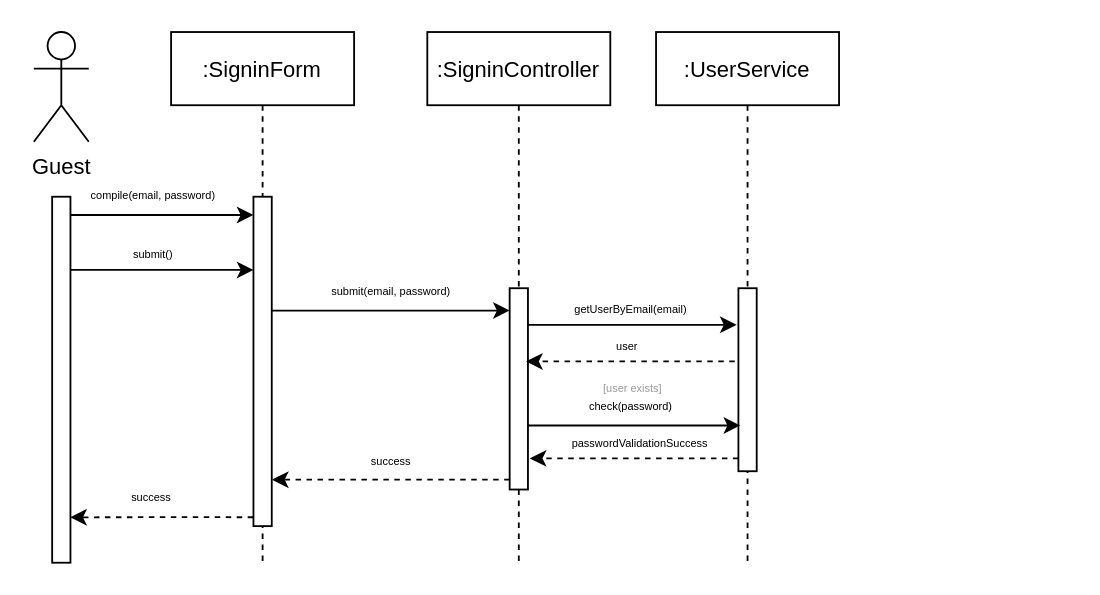
Before: page "Login" (2 of 2) of Docs/Requirements Analysis/Diagrams/Sequence Diagrams/Autenticazione/Winer.SequenceDiagrams.Autenticazione.drawio in Gprisco/winer-unisa, a draw.io diagram. Source tidied: cells renumbered, new cells numbered last; positions are measured from the earlier drawing's top-left corner, leaving out a move shared by most shapes. Both pictures are drawn from the tidied source at 183%, with x=0, y=0 at pixel (33, 31).
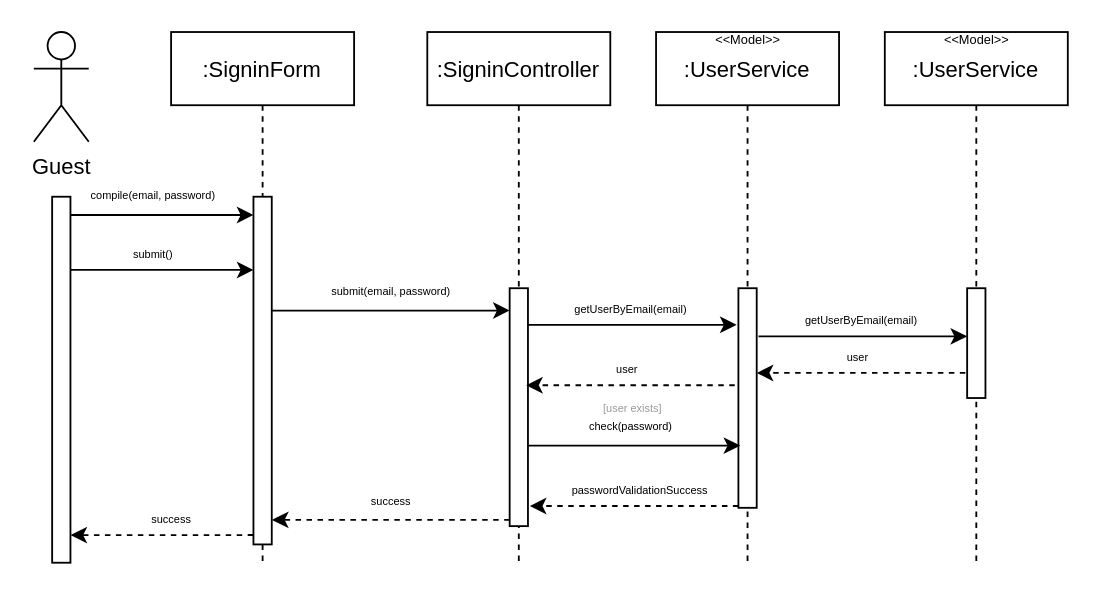
Above is the later version.

The change refers to these unchanged cells:
```xml
<mxCell id="2" value=":SigninForm" style="shape=umlLifeline;perimeter=lifelinePerimeter;rounded=0;shadow=0;strokeWidth=1;" parent="1" vertex="1">
  <mxGeometry x="75" width="100" height="290" as="geometry" />
</mxCell>
<mxCell id="6" style="points=[];perimeter=orthogonalPerimeter;rounded=0;shadow=0;strokeWidth=1;" parent="1" vertex="1">
  <mxGeometry x="10" y="90" width="10" height="200" as="geometry" />
</mxCell>
<mxCell id="7" value=":SigninController" style="shape=umlLifeline;perimeter=lifelinePerimeter;rounded=0;shadow=0;strokeWidth=1;" parent="1" vertex="1">
  <mxGeometry x="215" width="100" height="290" as="geometry" />
</mxCell>
<mxCell id="14" value=":UserService" style="shape=umlLifeline;perimeter=lifelinePerimeter;rounded=0;shadow=0;strokeWidth=1;" parent="1" vertex="1">
  <mxGeometry x="340" width="100" height="290" as="geometry" />
</mxCell>
```

Diff of the diagram source:
```diff
@@
     <mxCell id="3" style="points=[];perimeter=orthogonalPerimeter;rounded=0;shadow=0;strokeWidth=1;" parent="2" vertex="1">
-      <mxGeometry x="45" y="90" width="10" height="180" as="geometry" />
+      <mxGeometry x="45" y="90" width="10" height="190" as="geometry" />
     </mxCell>
@@
     <mxCell id="8" style="points=[];perimeter=orthogonalPerimeter;rounded=0;shadow=0;strokeWidth=1;" parent="7" vertex="1">
-      <mxGeometry x="45" y="140" width="10" height="110" as="geometry" />
+      <mxGeometry x="45" y="140" width="10" height="130" as="geometry" />
     </mxCell>
@@
     <mxCell id="15" style="points=[];perimeter=orthogonalPerimeter;rounded=0;shadow=0;strokeWidth=1;" parent="14" vertex="1">
-      <mxGeometry x="45" y="140" width="10" height="100" as="geometry" />
+      <mxGeometry x="45" y="140" width="10" height="120" as="geometry" />
     </mxCell>
     <mxCell id="16" value="passwordValidationSuccess" style="text;html=1;align=center;verticalAlign=middle;strokeColor=none;fillColor=none;fontSize=6;" parent="14" vertex="1">
-      <mxGeometry x="-54" y="220" width="90" height="10" as="geometry" />
+      <mxGeometry x="-54" y="246" width="90" height="10" as="geometry" />
     </mxCell>
+    <mxCell id="29" value="&amp;lt;&amp;lt;Model&amp;gt;&amp;gt;" style="text;html=1;align=center;verticalAlign=middle;strokeColor=none;fillColor=none;fontSize=7;" parent="14" vertex="1">
+      <mxGeometry x="25" width="50" height="10" as="geometry" />
+    </mxCell>
@@
     <mxCell id="19" style="edgeStyle=orthogonalEdgeStyle;rounded=0;orthogonalLoop=1;jettySize=auto;html=1;fontSize=6;dashed=1;" parent="1" edge="1">
       <mxGeometry relative="1" as="geometry">
-        <mxPoint x="383" y="180" as="sourcePoint" />
-        <mxPoint x="269" y="180" as="targetPoint" />
+        <mxPoint x="383" y="193" as="sourcePoint" />
+        <mxPoint x="269" y="193" as="targetPoint" />
         <Array as="points">
-          <mxPoint x="269" y="180" />
+          <mxPoint x="269" y="193" />
         </Array>
       </mxGeometry>
     </mxCell>
     <mxCell id="20" value="user" style="text;html=1;align=center;verticalAlign=middle;strokeColor=none;fillColor=none;fontSize=6;" parent="1" vertex="1">
-      <mxGeometry x="309" y="167" width="30" height="10" as="geometry" />
+      <mxGeometry x="309" y="180" width="30" height="10" as="geometry" />
     </mxCell>
-    <mxCell id="21" style="edgeStyle=orthogonalEdgeStyle;rounded=0;jettySize=auto;html=1;entryX=0.1;entryY=0.75;entryDx=0;entryDy=0;entryPerimeter=0;fontSize=6;" parent="1" edge="1" source="8" target="15">
+    <mxCell id="21" style="edgeStyle=orthogonalEdgeStyle;rounded=0;orthogonalLoop=1;jettySize=auto;html=1;entryX=0.1;entryY=0.75;entryDx=0;entryDy=0;entryPerimeter=0;fontSize=6;" parent="1" edge="1">
       <mxGeometry relative="1" as="geometry">
+        <mxPoint x="270" y="226" as="sourcePoint" />
+        <mxPoint x="386" y="226" as="targetPoint" />
         <Array as="points">
-          <mxPoint x="295" y="215" />
-          <mxPoint x="295" y="215" />
+          <mxPoint x="295" y="226" />
+          <mxPoint x="295" y="226" />
         </Array>
       </mxGeometry>
     </mxCell>
     <mxCell id="22" value="check(password)" style="text;html=1;align=center;verticalAlign=middle;strokeColor=none;fillColor=none;fontSize=6;" parent="1" vertex="1">
-      <mxGeometry x="296" y="200" width="60" height="10" as="geometry" />
+      <mxGeometry x="296" y="211" width="60" height="10" as="geometry" />
     </mxCell>
-    <mxCell id="23" style="edgeStyle=orthogonalEdgeStyle;rounded=0;jettySize=auto;html=1;fontSize=6;dashed=1;" parent="1" edge="1" source="15">
+    <mxCell id="23" style="edgeStyle=orthogonalEdgeStyle;rounded=0;orthogonalLoop=1;jettySize=auto;html=1;fontSize=6;dashed=1;" parent="1" edge="1">
       <mxGeometry relative="1" as="geometry">
-        <mxPoint x="271" y="233" as="targetPoint" />
+        <mxPoint x="385" y="259" as="sourcePoint" />
+        <mxPoint x="271" y="259" as="targetPoint" />
         <Array as="points">
-          <mxPoint x="271" y="233" />
+          <mxPoint x="271" y="259" />
         </Array>
       </mxGeometry>
     </mxCell>
-    <mxCell id="24" style="edgeStyle=orthogonalEdgeStyle;rounded=0;jettySize=auto;html=1;entryX=1.012;entryY=0.859;entryDx=0;entryDy=0;entryPerimeter=0;dashed=1;fontSize=6;" parent="1" edge="1" source="8" target="3">
+    <mxCell id="24" style="edgeStyle=orthogonalEdgeStyle;rounded=0;orthogonalLoop=1;jettySize=auto;html=1;entryX=1.012;entryY=0.859;entryDx=0;entryDy=0;entryPerimeter=0;dashed=1;fontSize=6;" parent="1" edge="1">
       <mxGeometry relative="1" as="geometry">
+        <mxPoint x="260" y="266.6" as="sourcePoint" />
+        <mxPoint x="130.1" y="266.6" as="targetPoint" />
         <Array as="points">
-          <mxPoint x="225" y="245" />
+          <mxPoint x="225" y="267" />
         </Array>
       </mxGeometry>
     </mxCell>
     <mxCell id="25" value="success" style="text;html=1;align=center;verticalAlign=middle;strokeColor=none;fillColor=none;fontSize=6;" parent="1" vertex="1">
-      <mxGeometry x="175" y="230" width="40" height="10" as="geometry" />
+      <mxGeometry x="175" y="252" width="40" height="10" as="geometry" />
     </mxCell>
     <mxCell id="26" value="[user exists]" style="text;html=1;align=center;verticalAlign=middle;strokeColor=none;fillColor=none;fontSize=6;fontColor=#999999;" parent="1" vertex="1">
-      <mxGeometry x="302" y="190" width="50" height="10" as="geometry" />
+      <mxGeometry x="302" y="201" width="50" height="10" as="geometry" />
     </mxCell>
-    <mxCell id="27" style="edgeStyle=orthogonalEdgeStyle;rounded=0;jettySize=auto;html=1;dashed=1;fontSize=6;entryX=0.988;entryY=0.876;entryDx=0;entryDy=0;entryPerimeter=0;exitX=-0.016;exitY=0.973;exitDx=0;exitDy=0;exitPerimeter=0;" parent="1" edge="1" source="3" target="6">
-      <mxGeometry relative="1" as="geometry" />
+    <mxCell id="27" style="edgeStyle=orthogonalEdgeStyle;rounded=0;jettySize=auto;html=1;dashed=1;fontSize=6;exitX=-0.016;exitY=0.973;exitDx=0;exitDy=0;exitPerimeter=0;" parent="1" edge="1" source="3" target="6">
+      <mxGeometry relative="1" as="geometry">
+        <Array as="points">
+          <mxPoint x="45" y="275" />
+          <mxPoint x="45" y="275" />
+        </Array>
+      </mxGeometry>
     </mxCell>
     <mxCell id="28" value="success" style="text;html=1;align=center;verticalAlign=middle;strokeColor=none;fillColor=none;fontSize=6;" parent="1" vertex="1">
-      <mxGeometry x="44.1" y="250" width="40" height="10" as="geometry" />
+      <mxGeometry x="55" y="262" width="40" height="10" as="geometry" />
     </mxCell>
+    <mxCell id="30" value=":UserService" style="shape=umlLifeline;perimeter=lifelinePerimeter;rounded=0;shadow=0;strokeWidth=1;" parent="1" vertex="1">
+      <mxGeometry x="465" width="100" height="290" as="geometry" />
+    </mxCell>
+    <mxCell id="31" style="perimeter=orthogonalPerimeter;rounded=0;shadow=0;strokeWidth=1;" parent="30" vertex="1">
+      <mxGeometry x="45" y="140" width="10" height="60" as="geometry" />
+    </mxCell>
+    <mxCell id="32" value="&amp;lt;&amp;lt;Model&amp;gt;&amp;gt;" style="text;html=1;align=center;verticalAlign=middle;strokeColor=none;fillColor=none;fontSize=7;" parent="30" vertex="1">
+      <mxGeometry x="25" width="50" height="10" as="geometry" />
+    </mxCell>
+    <mxCell id="33" style="edgeStyle=orthogonalEdgeStyle;rounded=0;orthogonalLoop=1;jettySize=auto;html=1;fontSize=6;" parent="1" edge="1">
+      <mxGeometry relative="1" as="geometry">
+        <mxPoint x="396" y="166.3" as="sourcePoint" />
+        <mxPoint x="510" y="166.3" as="targetPoint" />
+        <Array as="points">
+          <mxPoint x="510" y="166.3" />
+        </Array>
+      </mxGeometry>
+    </mxCell>
+    <mxCell id="34" value="getUserByEmail(email)" style="text;html=1;align=center;verticalAlign=middle;strokeColor=none;fillColor=none;fontSize=6;" parent="1" vertex="1">
+      <mxGeometry x="412" y="153.3" width="80" height="10" as="geometry" />
+    </mxCell>
+    <mxCell id="35" style="edgeStyle=orthogonalEdgeStyle;rounded=0;orthogonalLoop=1;jettySize=auto;html=1;fontSize=6;dashed=1;" parent="1" edge="1">
+      <mxGeometry relative="1" as="geometry">
+        <mxPoint x="509" y="186.3" as="sourcePoint" />
+        <mxPoint x="395" y="186.3" as="targetPoint" />
+        <Array as="points">
+          <mxPoint x="395" y="186.3" />
+        </Array>
+      </mxGeometry>
+    </mxCell>
+    <mxCell id="36" value="user" style="text;html=1;align=center;verticalAlign=middle;strokeColor=none;fillColor=none;fontSize=6;" parent="1" vertex="1">
+      <mxGeometry x="435" y="173.3" width="30" height="10" as="geometry" />
+    </mxCell>
```
